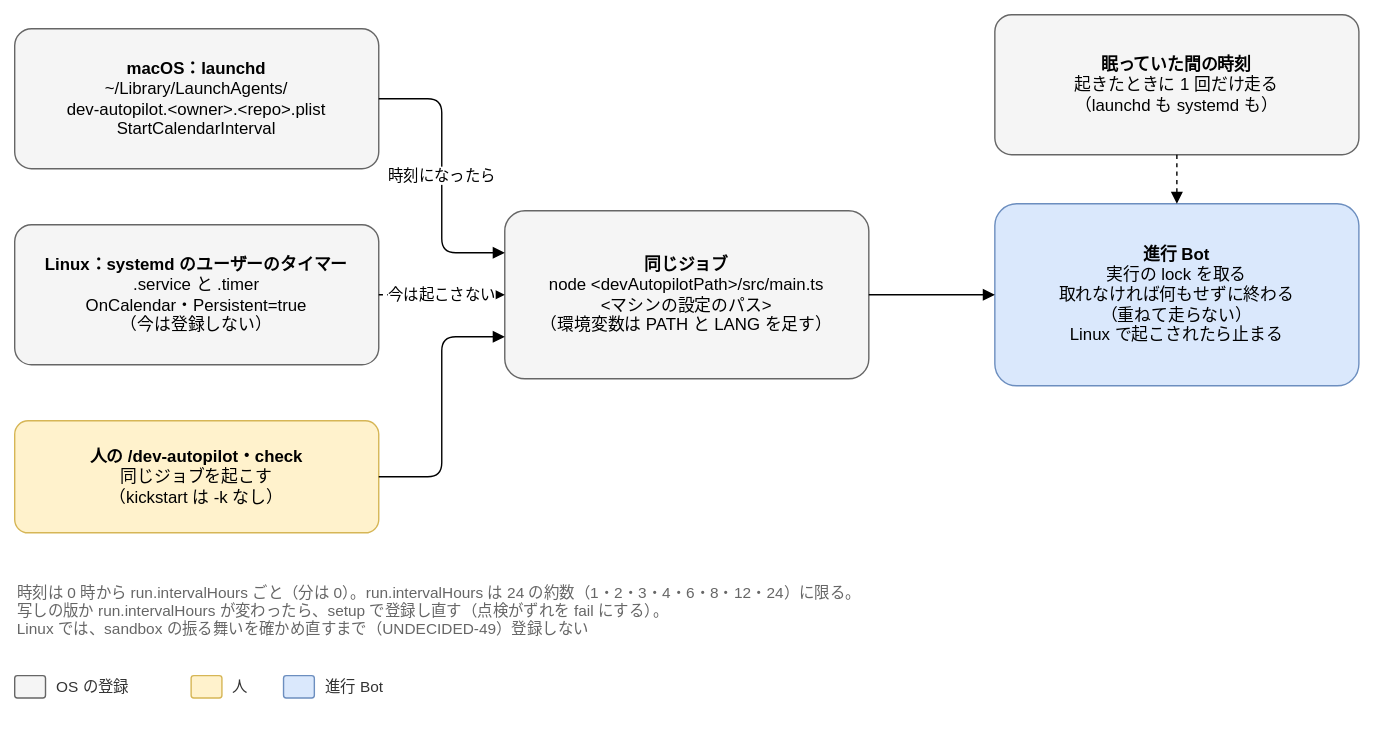
Earlier version of the draw.io export docs/design/basic/diagrams/04-schedule.drawio.svg (Joymerrevent/dev-autopilot). Source tidied: cells renumbered, new cells last; positions are measured from the earlier drawing's top-left corner, leaving out a move shared by most shapes.
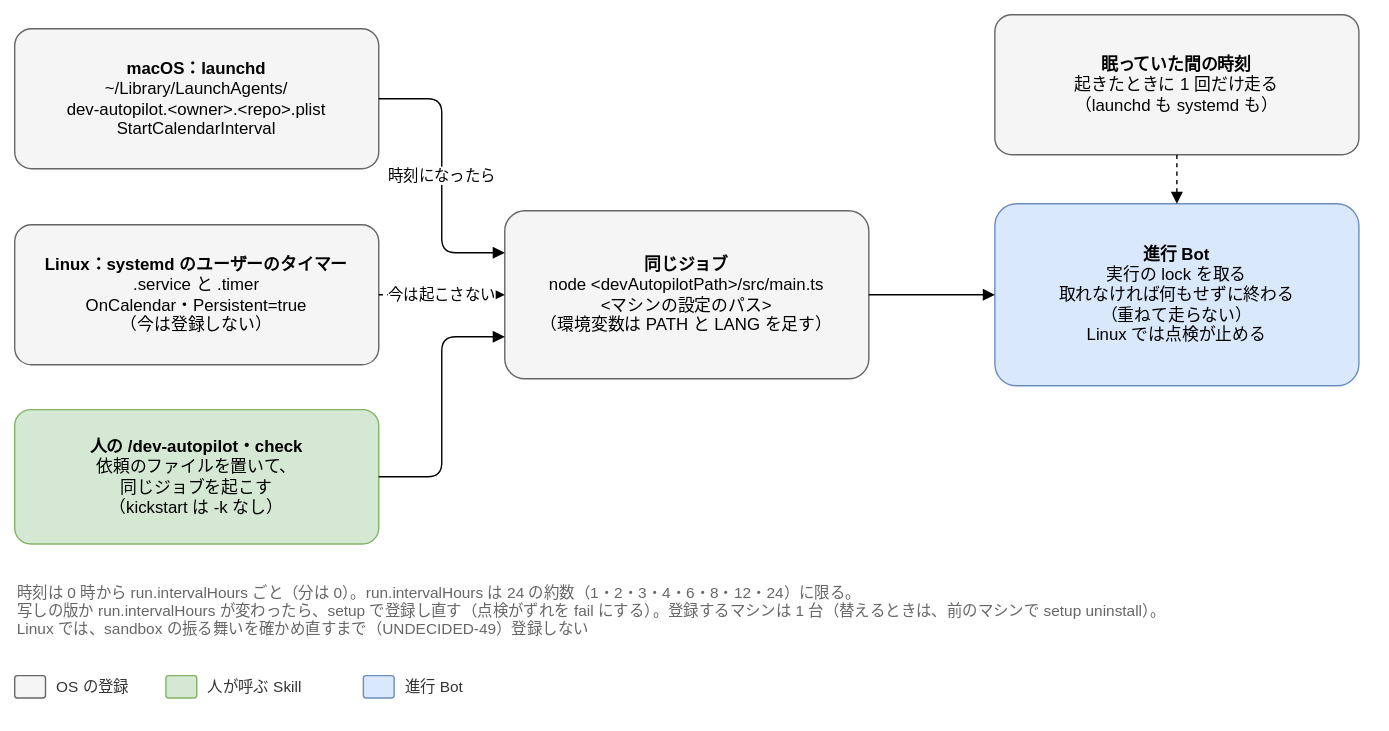
The same diagram one commit later.

What changed in the source:
```diff
@@ -8,8 +8,8 @@
     <mxCell id="3" value="&lt;b&gt;Linux：systemd のユーザーのタイマー&lt;/b&gt;&lt;br&gt;.service と .timer&lt;br&gt;OnCalendar・Persistent=true&lt;br&gt;（今は登録しない）" style="rounded=1;whiteSpace=wrap;html=1;fontSize=12;arcSize=12;spacing=12;fillColor=#f5f5f5;strokeColor=#666666;" parent="1" vertex="1">
       <mxGeometry y="150" width="260" height="100" as="geometry" />
     </mxCell>
-    <mxCell id="4" value="&lt;b&gt;人の /dev-autopilot・check&lt;/b&gt;&lt;br&gt;同じジョブを起こす&lt;br&gt;（kickstart は -k なし）" style="rounded=1;whiteSpace=wrap;html=1;fontSize=12;arcSize=12;spacing=12;fillColor=#fff2cc;strokeColor=#d6b656;" parent="1" vertex="1">
-      <mxGeometry y="290" width="260" height="80" as="geometry" />
+    <mxCell id="4" value="&lt;b&gt;人の /dev-autopilot・check&lt;/b&gt;&lt;br&gt;依頼のファイルを置いて、&lt;br&gt;同じジョブを起こす&lt;br&gt;（kickstart は -k なし）" style="rounded=1;whiteSpace=wrap;html=1;fontSize=12;arcSize=12;spacing=12;fillColor=#d5e8d4;strokeColor=#82b366;" parent="1" vertex="1">
+      <mxGeometry y="282" width="260" height="96" as="geometry" />
     </mxCell>
     <mxCell id="5" value="&lt;b&gt;同じジョブ&lt;/b&gt;&lt;br&gt;node &amp;lt;devAutopilotPath&amp;gt;/src/main.ts&lt;br&gt;&amp;lt;マシンの設定のパス&amp;gt;&lt;br&gt;（環境変数は PATH と LANG を足す）" style="rounded=1;whiteSpace=wrap;html=1;fontSize=12;arcSize=12;spacing=12;fillColor=#f5f5f5;strokeColor=#666666;" parent="1" vertex="1">
       <mxGeometry x="350" y="140" width="260" height="120" as="geometry" />
@@ -23,7 +23,7 @@
     <mxCell id="8" style="edgeStyle=orthogonalEdgeStyle;rounded=1;html=1;endArrow=block;endFill=1;fontSize=11;labelBackgroundColor=#ffffff;exitX=1;exitY=0.5;exitDx=0;exitDy=0;entryX=0;entryY=0.75;entryDx=0;entryDy=0;" parent="1" edge="1" source="4" target="5">
       <mxGeometry relative="1" as="geometry" />
     </mxCell>
-    <mxCell id="9" value="&lt;b&gt;進行 Bot&lt;/b&gt;&lt;br&gt;実行の lock を取る&lt;br&gt;取れなければ何もせずに終わる&lt;br&gt;（重ねて走らない）&lt;br&gt;Linux で起こされたら止まる" style="rounded=1;whiteSpace=wrap;html=1;fontSize=12;arcSize=12;spacing=12;fillColor=#dae8fc;strokeColor=#6c8ebf;" parent="1" vertex="1">
+    <mxCell id="9" value="&lt;b&gt;進行 Bot&lt;/b&gt;&lt;br&gt;実行の lock を取る&lt;br&gt;取れなければ何もせずに終わる&lt;br&gt;（重ねて走らない）&lt;br&gt;Linux では点検が止める" style="rounded=1;whiteSpace=wrap;html=1;fontSize=12;arcSize=12;spacing=12;fillColor=#dae8fc;strokeColor=#6c8ebf;" parent="1" vertex="1">
       <mxGeometry x="700" y="135" width="260" height="130" as="geometry" />
     </mxCell>
     <mxCell id="10" style="edgeStyle=orthogonalEdgeStyle;rounded=1;html=1;endArrow=block;endFill=1;fontSize=11;labelBackgroundColor=#ffffff;exitX=1;exitY=0.5;exitDx=0;exitDy=0;entryX=0;entryY=0.5;entryDx=0;entryDy=0;" parent="1" edge="1" source="5" target="9">
@@ -35,26 +35,26 @@
     <mxCell id="12" style="edgeStyle=orthogonalEdgeStyle;rounded=1;html=1;endArrow=block;endFill=1;fontSize=11;labelBackgroundColor=#ffffff;dashed=1;exitX=0.5;exitY=1;exitDx=0;exitDy=0;entryX=0.5;entryY=0;entryDx=0;entryDy=0;" parent="1" edge="1" source="11" target="9">
       <mxGeometry relative="1" as="geometry" />
     </mxCell>
-    <mxCell id="13" value="時刻は 0 時から run.intervalHours ごと（分は 0）。run.intervalHours は 24 の約数（1・2・3・4・6・8・12・24）に限る。&lt;br&gt;写しの版か run.intervalHours が変わったら、setup で登録し直す（点検がずれを fail にする）。&lt;br&gt;Linux では、sandbox の振る舞いを確かめ直すまで（UNDECIDED-49）登録しない" style="text;html=1;whiteSpace=wrap;align=left;verticalAlign=top;fontSize=11;fontColor=#666666;" parent="1" vertex="1">
+    <mxCell id="13" value="時刻は 0 時から run.intervalHours ごと（分は 0）。run.intervalHours は 24 の約数（1・2・3・4・6・8・12・24）に限る。&lt;br&gt;写しの版か run.intervalHours が変わったら、setup で登録し直す（点検がずれを fail にする）。登録するマシンは 1 台（替えるときは、前のマシンで setup uninstall）。&lt;br&gt;Linux では、sandbox の振る舞いを確かめ直すまで（UNDECIDED-49）登録しない" style="text;html=1;whiteSpace=wrap;align=left;verticalAlign=top;fontSize=11;fontColor=#666666;" parent="1" vertex="1">
       <mxGeometry y="400" width="960" height="54" as="geometry" />
     </mxCell>
     <mxCell id="14" style="rounded=1;whiteSpace=wrap;html=1;fontSize=12;arcSize=12;spacing=12;fillColor=#f5f5f5;strokeColor=#666666;" parent="1" vertex="1">
       <mxGeometry y="472" width="22" height="16" as="geometry" />
     </mxCell>
     <mxCell id="15" value="OS の登録" style="text;html=1;align=left;verticalAlign=middle;fontSize=11;fontColor=#333333;" parent="1" vertex="1">
-      <mxGeometry x="28" y="470" width="82" height="20" as="geometry" />
+      <mxGeometry x="28" y="470" width="64" height="20" as="geometry" />
     </mxCell>
-    <mxCell id="16" style="rounded=1;whiteSpace=wrap;html=1;fontSize=12;arcSize=12;spacing=12;fillColor=#fff2cc;strokeColor=#d6b656;" parent="1" vertex="1">
-      <mxGeometry x="126" y="472" width="22" height="16" as="geometry" />
+    <mxCell id="16" style="rounded=1;whiteSpace=wrap;html=1;fontSize=12;arcSize=12;spacing=12;fillColor=#d5e8d4;strokeColor=#82b366;" parent="1" vertex="1">
+      <mxGeometry x="108" y="472" width="22" height="16" as="geometry" />
     </mxCell>
-    <mxCell id="17" value="人" style="text;html=1;align=left;verticalAlign=middle;fontSize=11;fontColor=#333333;" parent="1" vertex="1">
-      <mxGeometry x="154" y="470" width="22" height="20" as="geometry" />
+    <mxCell id="17" value="人が呼ぶ Skill" style="text;html=1;align=left;verticalAlign=middle;fontSize=11;fontColor=#333333;" parent="1" vertex="1">
+      <mxGeometry x="136" y="470" width="97" height="20" as="geometry" />
     </mxCell>
     <mxCell id="18" style="rounded=1;whiteSpace=wrap;html=1;fontSize=12;arcSize=12;spacing=12;fillColor=#dae8fc;strokeColor=#6c8ebf;" parent="1" vertex="1">
-      <mxGeometry x="192" y="472" width="22" height="16" as="geometry" />
+      <mxGeometry x="249" y="472" width="22" height="16" as="geometry" />
     </mxCell>
     <mxCell id="19" value="進行 Bot" style="text;html=1;align=left;verticalAlign=middle;fontSize=11;fontColor=#333333;" parent="1" vertex="1">
-      <mxGeometry x="220" y="470" width="82" height="20" as="geometry" />
+      <mxGeometry x="277" y="470" width="59" height="20" as="geometry" />
     </mxCell>
   </root>
 </mxGraphModel>
```
